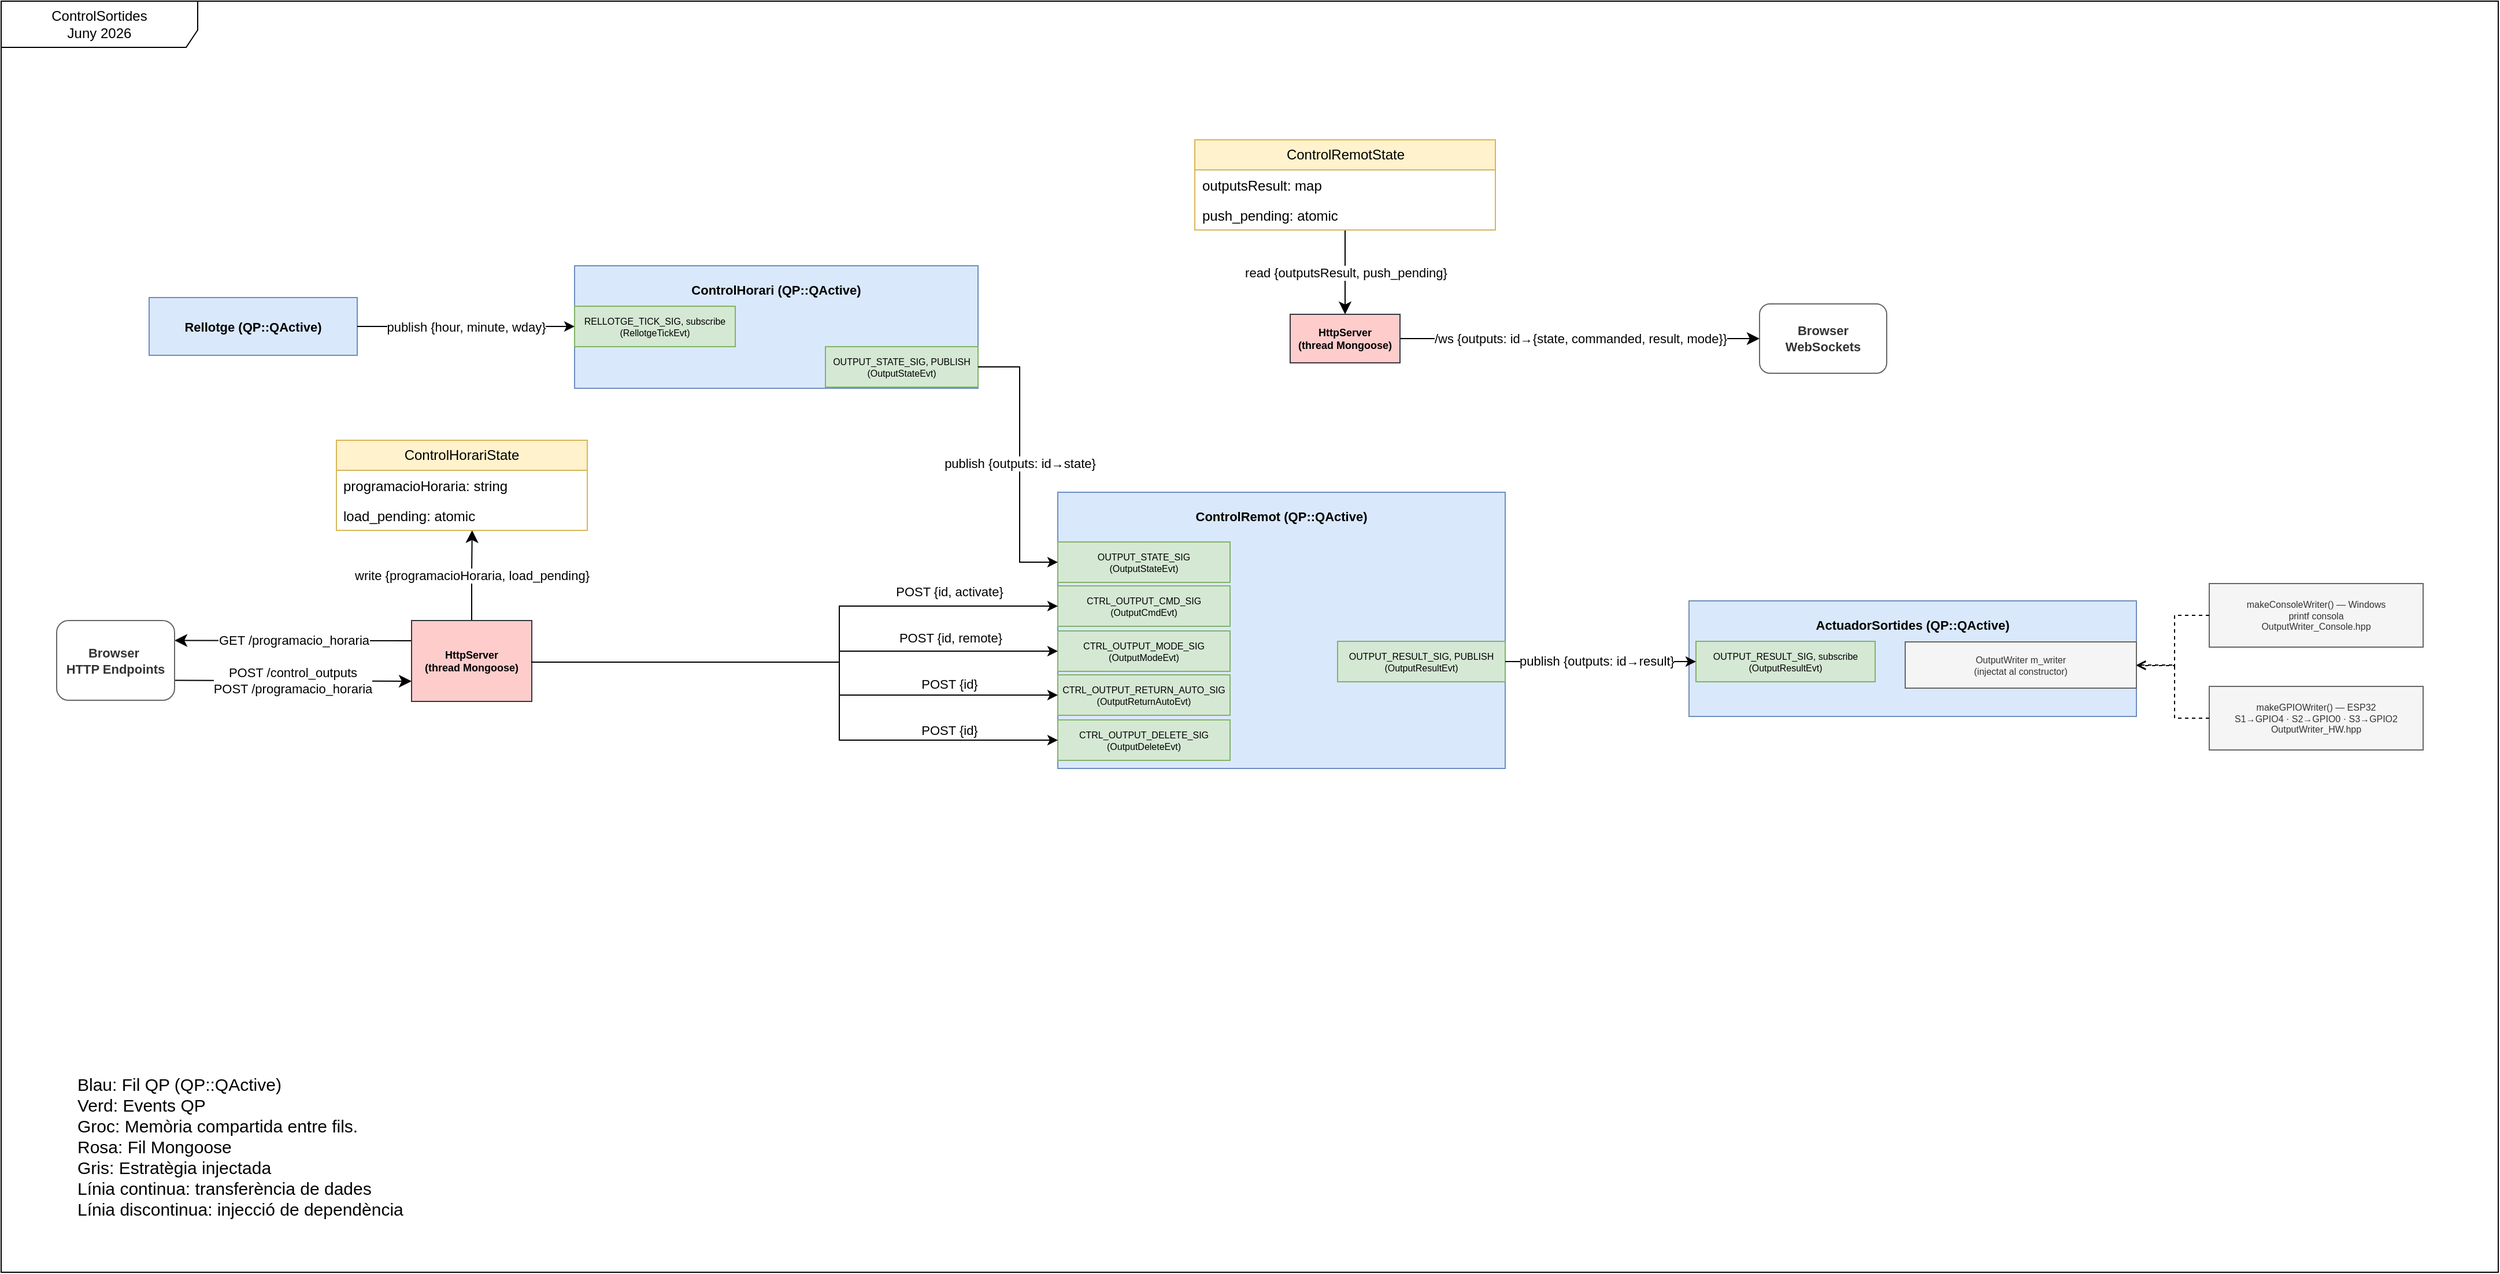
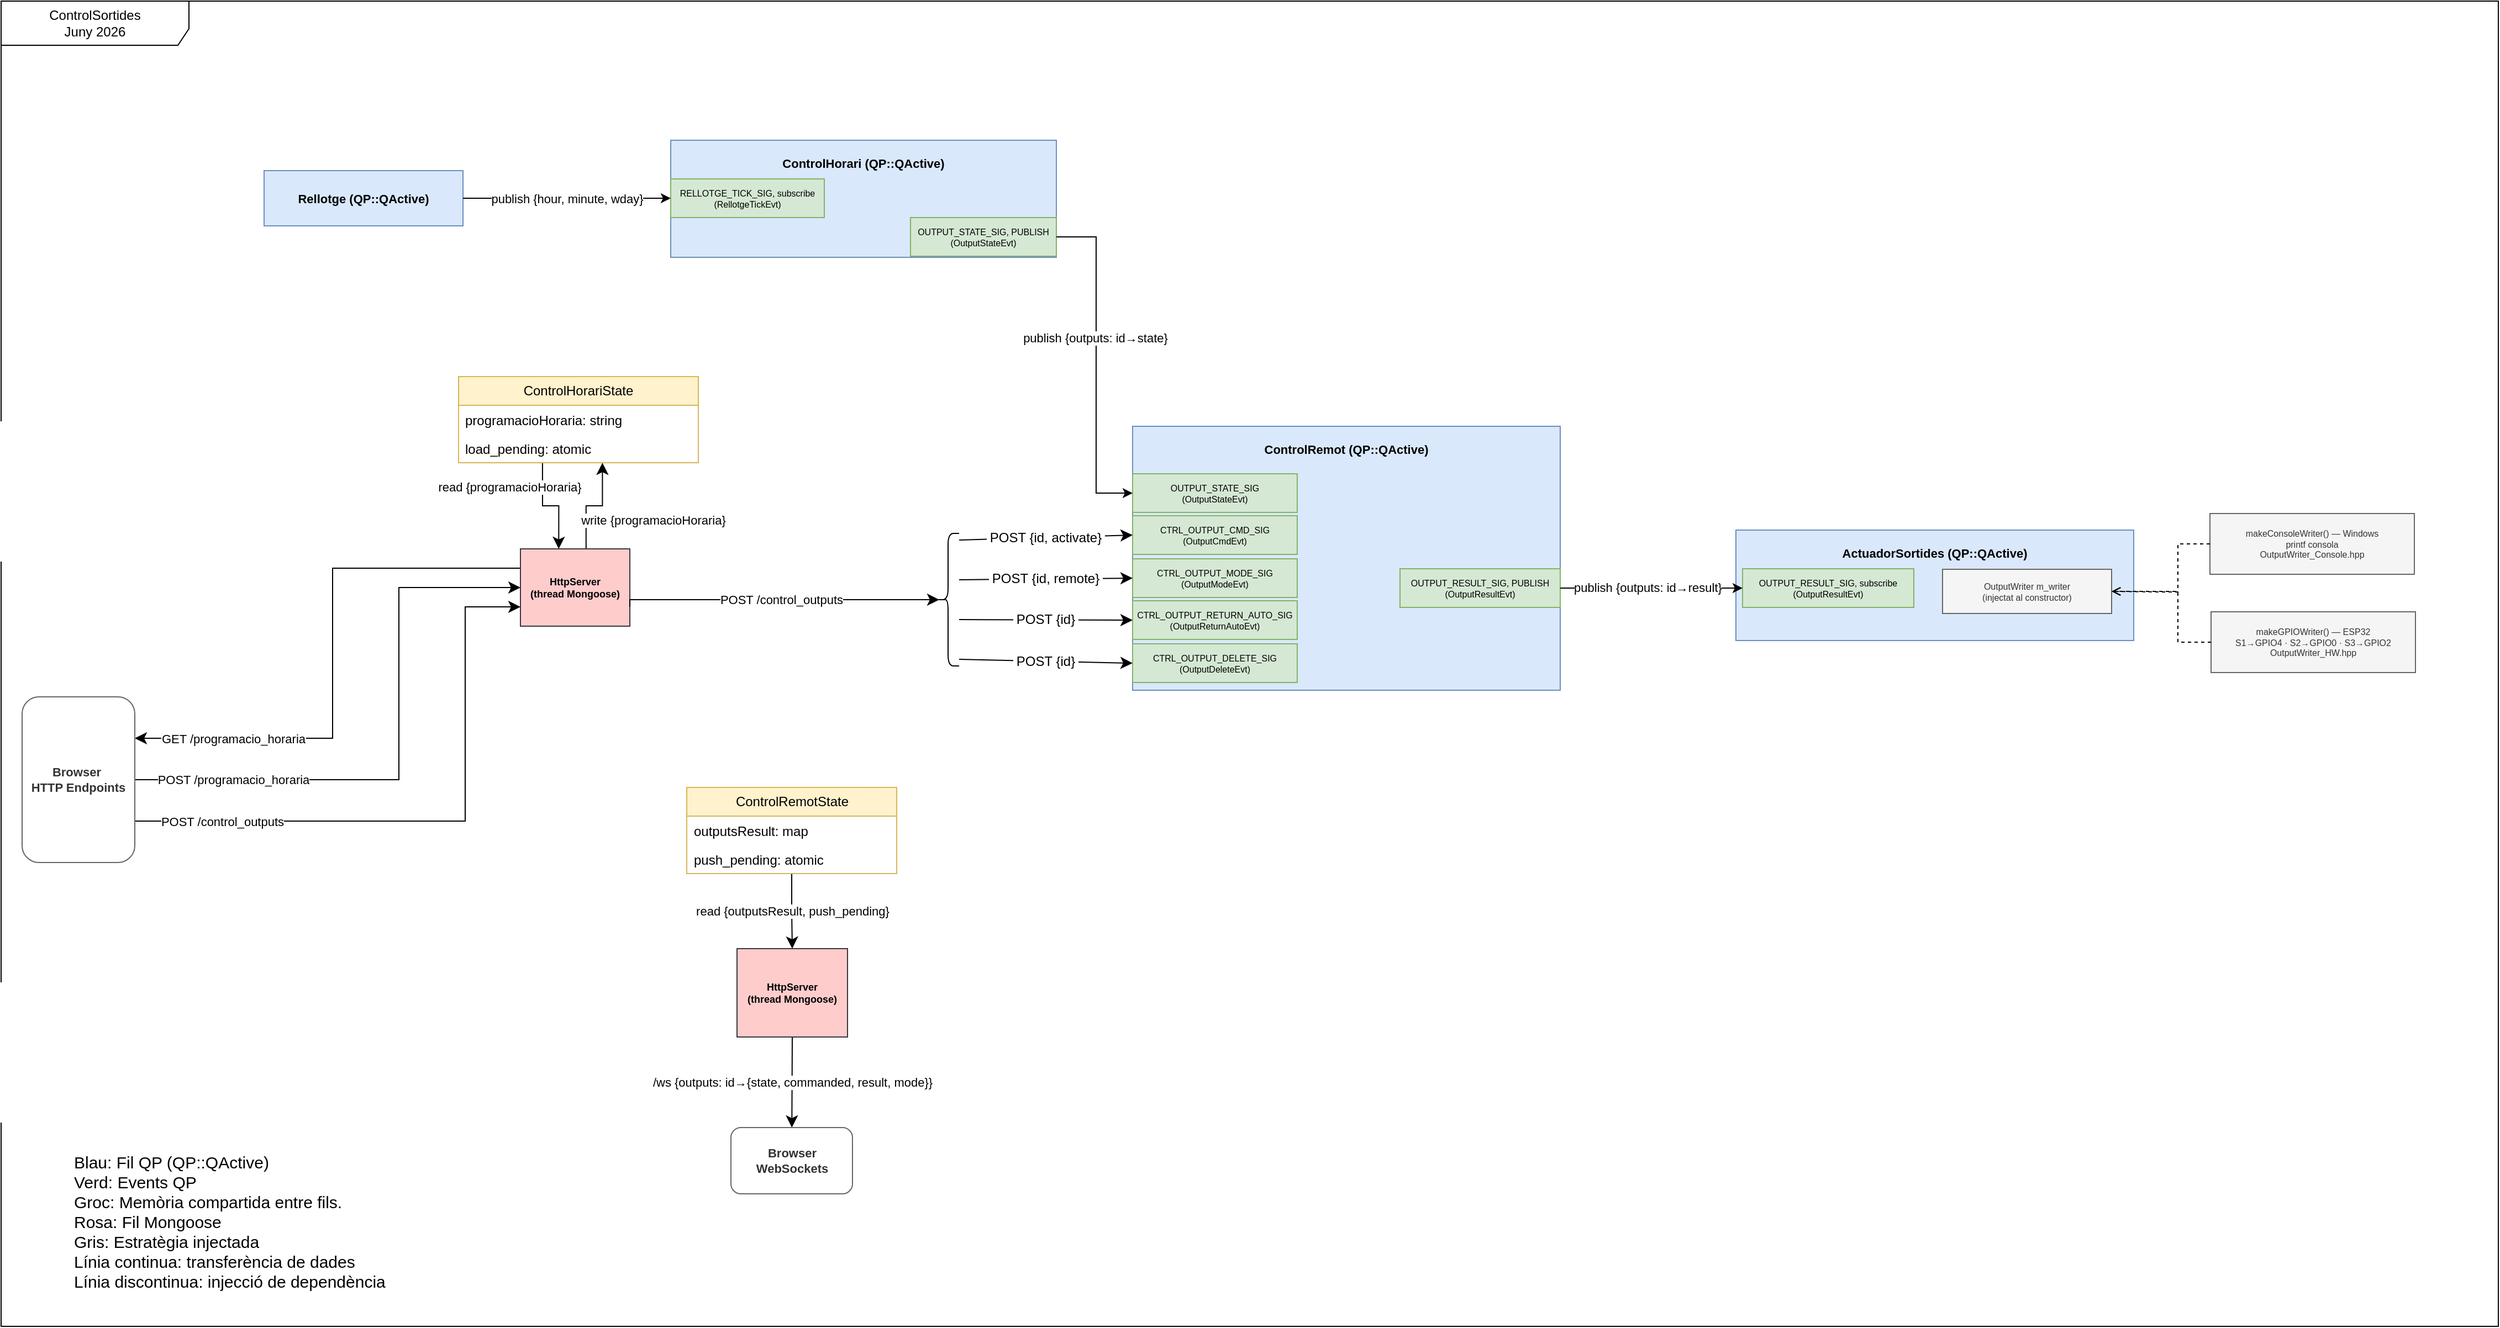
<mxfile host="Electron" agent="Mozilla/5.0 (Windows NT 10.0; Win64; x64) AppleWebKit/537.36 (KHTML, like Gecko) draw.io/28.2.8 Chrome/140.0.7339.240 Electron/38.4.0 Safari/537.36" version="28.2.8">
  <diagram name="ControlRemot" id="controlremot">
-     <mxGraphModel dx="343" dy="221" grid="1" gridSize="10" guides="1" tooltips="1" connect="1" arrows="1" fold="1" page="1" pageScale="1" pageWidth="2336" pageHeight="1654" math="0" shadow="0">
+     <mxGraphModel dx="2937" dy="1894" grid="1" gridSize="10" guides="1" tooltips="1" connect="1" arrows="1" fold="1" page="1" pageScale="1" pageWidth="2336" pageHeight="1654" math="0" shadow="0">
      <root>
        <mxCell id="0" />
        <mxCell id="1" parent="0" />
-         <mxCell id="hFHh7xch7r8VRYxtVC4N-1" value="&lt;span style=&quot;font-family: Helvetica; font-size: 11px;&quot;&gt;GET /programacio_horaria&lt;/span&gt;" style="edgeStyle=none;curved=1;rounded=0;orthogonalLoop=1;jettySize=auto;html=1;exitX=0;exitY=0.25;exitDx=0;exitDy=0;entryX=1;entryY=0.25;entryDx=0;entryDy=0;startSize=8;endSize=8;fontFamily=Helvetica;fontSize=11" parent="1" source="http" target="nPEGExYc4R3wSkc33mew-3" edge="1">
-           <mxGeometry relative="1" as="geometry" />
+         <mxCell id="hFHh7xch7r8VRYxtVC4N-1" value="&lt;span style=&quot;font-family: Helvetica; font-size: 11px;&quot;&gt;GET /programacio_horaria&lt;/span&gt;" style="edgeStyle=orthogonalEdgeStyle;rounded=0;orthogonalLoop=1;jettySize=auto;html=1;exitX=0;exitY=0.25;exitDx=0;exitDy=0;entryX=1;entryY=0.25;entryDx=0;entryDy=0;startSize=8;endSize=8;fontFamily=Helvetica;fontSize=11" parent="1" source="http" target="nPEGExYc4R3wSkc33mew-3" edge="1">
+           <mxGeometry x="0.6461" relative="1" as="geometry">
+             <Array as="points">
+               <mxPoint x="320" y="593" />
+               <mxPoint x="320" y="748" />
+             </Array>
+             <mxPoint as="offset" />
+           </mxGeometry>
        </mxCell>
-         <mxCell id="hX1N1Huatbx-X40mZiJC-2" value="&lt;span style=&quot;color: rgb(0, 0, 0); font-family: Helvetica; font-size: 11px; font-style: normal; font-variant-ligatures: normal; font-variant-caps: normal; font-weight: 400; letter-spacing: normal; orphans: 2; text-align: center; text-indent: 0px; text-transform: none; widows: 2; word-spacing: 0px; -webkit-text-stroke-width: 0px; white-space: nowrap; background-color: rgb(255, 255, 255); text-decoration-thickness: initial; text-decoration-style: initial; text-decoration-color: initial; display: inline !important; float: none;&quot;&gt;write {programacioHoraria, load_pending}&lt;/span&gt;" style="edgeStyle=orthogonalEdgeStyle;rounded=0;orthogonalLoop=1;jettySize=auto;html=1;exitX=0.5;exitY=0;exitDx=0;exitDy=0;startSize=8;endSize=8;entryX=0.541;entryY=0.994;entryDx=0;entryDy=0;entryPerimeter=0;fontFamily=Helvetica;fontSize=11" parent="1" source="http" target="ch_reload_f2" edge="1">
-           <mxGeometry relative="1" as="geometry" />
+         <mxCell id="hX1N1Huatbx-X40mZiJC-2" value="write {programacioHoraria}" style="edgeStyle=orthogonalEdgeStyle;rounded=0;orthogonalLoop=1;jettySize=auto;html=1;exitX=0.6;exitY=0;exitDx=0;exitDy=0;startSize=8;endSize=8;entryX=0.6;entryY=1;entryDx=0;entryDy=0;fontFamily=Helvetica;fontSize=11" parent="1" source="http" target="ch_reload" edge="1">
+           <mxGeometry x="0.1595" y="-48" relative="1" as="geometry">
+             <mxPoint x="-2" y="13" as="offset" />
+           </mxGeometry>
+         </mxCell>
+         <mxCell id="ch_get_read" value="read {programacioHoraria}" style="edgeStyle=orthogonalEdgeStyle;rounded=0;orthogonalLoop=1;jettySize=auto;html=1;exitX=0.35;exitY=1;exitDx=0;exitDy=0;entryX=0.35;entryY=0;entryDx=0;entryDy=0;startSize=8;endSize=8;fontFamily=Helvetica;fontSize=11" parent="1" source="ch_reload" target="http" edge="1">
+           <mxGeometry x="-0.5257" y="-30" relative="1" as="geometry">
+             <mxPoint as="offset" />
+           </mxGeometry>
        </mxCell>
        <mxCell id="http" value="HttpServer&#xa;(thread Mongoose)" style="rounded=0;whiteSpace=wrap;html=1;fillColor=#ffcccc;strokeColor=#36393d;fontSize=9;fontStyle=1" parent="1" vertex="1">
-           <mxGeometry x="435" y="806" width="104" height="70" as="geometry" />
+           <mxGeometry x="490" y="576" width="99" height="70" as="geometry" />
        </mxCell>
-         <mxCell id="nPEGExYc4R3wSkc33mew-6" value="/ws {outputs: id→{state, commanded, result, mode}}" style="edgeStyle=none;curved=1;rounded=0;orthogonalLoop=1;jettySize=auto;html=1;exitX=1;exitY=0.5;exitDx=0;exitDy=0;startSize=8;endSize=8;startArrow=none;startFill=0;fontFamily=Helvetica;fontSize=11" parent="1" source="ws" target="nPEGExYc4R3wSkc33mew-5" edge="1">
+         <mxCell id="nPEGExYc4R3wSkc33mew-6" value="/ws {outputs: id→{state, commanded, result, mode}}" style="edgeStyle=none;curved=1;rounded=0;orthogonalLoop=1;jettySize=auto;html=1;exitX=0.5;exitY=1;exitDx=0;exitDy=0;startSize=8;endSize=8;startArrow=none;startFill=0;fontFamily=Helvetica;fontSize=11" parent="1" source="ws" target="nPEGExYc4R3wSkc33mew-5" edge="1">
          <mxGeometry relative="1" as="geometry" />
        </mxCell>
        <mxCell id="ws" value="HttpServer&lt;br&gt;(thread Mongoose)" style="rounded=0;whiteSpace=wrap;html=1;fillColor=#ffcccc;strokeColor=#36393d;fontSize=9;fontStyle=1" parent="1" vertex="1">
-           <mxGeometry x="1195" y="541" width="95" height="42" as="geometry" />
+           <mxGeometry x="686" y="938" width="100" height="80" as="geometry" />
        </mxCell>
        <mxCell id="ch" value="ControlHorari (QP::QActive)" style="rounded=0;whiteSpace=wrap;html=1;fillColor=#dae8fc;strokeColor=#6c8ebf;fontSize=11;fontStyle=1;verticalAlign=top;spacingTop=8" parent="1" vertex="1">
-           <mxGeometry x="576" y="499" width="349" height="106" as="geometry" />
+           <mxGeometry x="626" y="206" width="349" height="106" as="geometry" />
        </mxCell>
        <mxCell id="ch_tick" value="RELLOTGE_TICK_SIG, subscribe&#xa;(RellotgeTickEvt)" style="rounded=0;whiteSpace=wrap;html=1;fillColor=#d5e8d4;strokeColor=#82b366;fontSize=8" parent="1" vertex="1">
-           <mxGeometry x="576" y="534" width="139" height="35" as="geometry" />
+           <mxGeometry x="626" y="241" width="139" height="35" as="geometry" />
        </mxCell>
        <mxCell id="ch_out_io" value="OUTPUT_STATE_SIG, PUBLISH&#xa;(OutputStateEvt)" style="rounded=0;whiteSpace=wrap;html=1;fillColor=#d5e8d4;strokeColor=#82b366;fontSize=8" parent="1" vertex="1">
-           <mxGeometry x="793" y="569" width="132" height="35" as="geometry" />
+           <mxGeometry x="843" y="276" width="132" height="35" as="geometry" />
        </mxCell>
        <mxCell id="rl" value="Rellotge (QP::QActive)" style="rounded=0;whiteSpace=wrap;html=1;fillColor=#dae8fc;strokeColor=#6c8ebf;fontSize=11;fontStyle=1;" parent="1" vertex="1">
-           <mxGeometry x="208" y="526.5" width="180" height="50" as="geometry" />
+           <mxGeometry x="258" y="233.5" width="180" height="50" as="geometry" />
        </mxCell>
        <mxCell id="cr" value="ControlRemot (QP::QActive)" style="rounded=0;whiteSpace=wrap;html=1;fillColor=#dae8fc;strokeColor=#6c8ebf;fontSize=11;fontStyle=1;verticalAlign=top;spacingTop=8" parent="1" vertex="1">
-           <mxGeometry x="994" y="695" width="387" height="239" as="geometry" />
+           <mxGeometry x="1044" y="465" width="387" height="239" as="geometry" />
        </mxCell>
        <mxCell id="in_io" value="OUTPUT_STATE_SIG&#xa;(OutputStateEvt)" style="rounded=0;whiteSpace=wrap;html=1;fillColor=#d5e8d4;strokeColor=#82b366;fontSize=8" parent="1" vertex="1">
-           <mxGeometry x="994" y="738" width="149" height="35" as="geometry" />
+           <mxGeometry x="1044" y="508" width="149" height="35" as="geometry" />
        </mxCell>
        <mxCell id="in_cmd" value="CTRL_OUTPUT_CMD_SIG&#xa;(OutputCmdEvt)" style="rounded=0;whiteSpace=wrap;html=1;fillColor=#d5e8d4;strokeColor=#82b366;fontSize=8" parent="1" vertex="1">
-           <mxGeometry x="994" y="776" width="149" height="35" as="geometry" />
+           <mxGeometry x="1044" y="546" width="149" height="35" as="geometry" />
        </mxCell>
        <mxCell id="in_mode" value="CTRL_OUTPUT_MODE_SIG&#xa;(OutputModeEvt)" style="rounded=0;whiteSpace=wrap;html=1;fillColor=#d5e8d4;strokeColor=#82b366;fontSize=8" parent="1" vertex="1">
-           <mxGeometry x="994" y="815" width="149" height="35" as="geometry" />
+           <mxGeometry x="1044" y="585" width="149" height="35" as="geometry" />
        </mxCell>
        <mxCell id="in_ret" value="CTRL_OUTPUT_RETURN_AUTO_SIG&#xa;(OutputReturnAutoEvt)" style="rounded=0;whiteSpace=wrap;html=1;fillColor=#d5e8d4;strokeColor=#82b366;fontSize=8" parent="1" vertex="1">
-           <mxGeometry x="994" y="853" width="149" height="35" as="geometry" />
+           <mxGeometry x="1044" y="623" width="149" height="35" as="geometry" />
        </mxCell>
        <mxCell id="in_del" value="CTRL_OUTPUT_DELETE_SIG&#xa;(OutputDeleteEvt)" style="rounded=0;whiteSpace=wrap;html=1;fillColor=#d5e8d4;strokeColor=#82b366;fontSize=8" parent="1" vertex="1">
-           <mxGeometry x="994" y="892" width="149" height="35" as="geometry" />
+           <mxGeometry x="1044" y="662" width="149" height="35" as="geometry" />
        </mxCell>
        <mxCell id="out_pub" value="OUTPUT_RESULT_SIG, PUBLISH&#xa;(OutputResultEvt)" style="rounded=0;whiteSpace=wrap;html=1;fillColor=#d5e8d4;strokeColor=#82b366;fontSize=8" parent="1" vertex="1">
-           <mxGeometry x="1236" y="824" width="145" height="35" as="geometry" />
+           <mxGeometry x="1286" y="594" width="145" height="35" as="geometry" />
        </mxCell>
        <mxCell id="hX1N1Huatbx-X40mZiJC-3" value="&lt;span style=&quot;font-size: 11px;&quot;&gt;read {outputsResult, push_pending}&lt;/span&gt;" style="edgeStyle=orthogonalEdgeStyle;rounded=0;orthogonalLoop=1;jettySize=auto;html=1;entryX=0.5;entryY=0;entryDx=0;entryDy=0;startSize=8;endSize=8;fontFamily=Helvetica;fontSize=11" parent="1" source="out_ss" target="ws" edge="1">
          <mxGeometry relative="1" as="geometry" />
        </mxCell>
-         <mxCell id="e1" value="POST {id, activate}" style="edgeStyle=orthogonalEdgeStyle;rounded=0;html=1;exitX=1;exitY=0.5;entryX=0;entryY=0.5;fontFamily=Helvetica;fontSize=11" parent="1" source="http" target="in_cmd" edge="1">
-           <mxGeometry x="0.6274" y="14" relative="1" as="geometry">
+         <mxCell id="e7" value="publish {outputs: id→state}" style="edgeStyle=orthogonalEdgeStyle;rounded=0;html=1;exitX=1;exitY=0.5;entryX=0;entryY=0.5;entryDx=0;entryDy=0;fontFamily=Helvetica;fontSize=11" parent="1" source="ch_out_io" target="in_io" edge="1">
+           <mxGeometry x="-0.1571" y="-1" relative="1" as="geometry">
            <Array as="points">
-               <mxPoint x="805" y="842" />
-               <mxPoint x="805" y="794" />
+               <mxPoint x="1011" y="293" />
+               <mxPoint x="1011" y="525" />
            </Array>
-             <mxPoint y="1" as="offset" />
-           </mxGeometry>
-         </mxCell>
-         <mxCell id="e2" value="POST {id, remote}" style="edgeStyle=orthogonalEdgeStyle;rounded=0;html=1;exitX=1;exitY=0.5;entryX=0;entryY=0.5;fontFamily=Helvetica;fontSize=11" parent="1" source="http" target="in_mode" edge="1">
-           <mxGeometry x="0.5961" y="13" relative="1" as="geometry">
-             <Array as="points">
-               <mxPoint x="805" y="842" />
-               <mxPoint x="805" y="832" />
-             </Array>
-             <mxPoint x="1" y="1" as="offset" />
-           </mxGeometry>
-         </mxCell>
-         <mxCell id="e3" value="POST {id}" style="edgeStyle=orthogonalEdgeStyle;rounded=0;html=1;exitX=1;exitY=0.5;entryX=0;entryY=0.5;fontFamily=Helvetica;fontSize=11" parent="1" source="http" target="in_ret" edge="1">
-           <mxGeometry x="0.612" y="-29" relative="1" as="geometry">
-             <Array as="points">
-               <mxPoint x="539" y="842" />
-               <mxPoint x="805" y="842" />
-               <mxPoint x="805" y="871" />
-             </Array>
-             <mxPoint y="1" as="offset" />
-           </mxGeometry>
-         </mxCell>
-         <mxCell id="e4" value="POST {id}" style="edgeStyle=orthogonalEdgeStyle;rounded=0;html=1;exitX=1;exitY=0.5;entryX=0;entryY=0.5;fontFamily=Helvetica;fontSize=11" parent="1" source="http" target="in_del" edge="1">
-           <mxGeometry x="0.6409" y="50" relative="1" as="geometry">
-             <Array as="points">
-               <mxPoint x="539" y="842" />
-               <mxPoint x="805" y="842" />
-               <mxPoint x="805" y="909" />
-             </Array>
-             <mxPoint y="1" as="offset" />
-           </mxGeometry>
-         </mxCell>
-         <mxCell id="e7" value="publish {outputs: id→state}" style="edgeStyle=orthogonalEdgeStyle;rounded=0;html=1;exitX=1;exitY=0.5;entryX=0;entryY=0.5;entryDx=0;entryDy=0;fontFamily=Helvetica;fontSize=11" parent="1" source="ch_out_io" target="in_io" edge="1">
-           <mxGeometry relative="1" as="geometry">
-             <Array as="points">
-               <mxPoint x="961" y="587" />
-               <mxPoint x="961" y="755" />
-             </Array>
+             <mxPoint as="offset" />
          </mxGeometry>
        </mxCell>
        <mxCell id="e10" value="publish {hour, minute, wday}" style="edgeStyle=orthogonalEdgeStyle;rounded=0;html=1;exitX=1;exitY=0.5;exitDx=0;exitDy=0;entryX=0;entryY=0.5;entryDx=0;entryDy=0;fontFamily=Helvetica;fontSize=11" parent="1" source="rl" target="ch_tick" edge="1">
          <mxGeometry relative="1" as="geometry" />
        </mxCell>
-         <mxCell id="hFHh7xch7r8VRYxtVC4N-2" value="&lt;span style=&quot;font-size: 11px;&quot;&gt;POST /control_outputs&lt;br&gt;POST /programacio_horaria&lt;/span&gt;" style="edgeStyle=none;curved=1;rounded=0;orthogonalLoop=1;jettySize=auto;html=1;exitX=1;exitY=0.75;exitDx=0;exitDy=0;entryX=0;entryY=0.75;entryDx=0;entryDy=0;startSize=8;endSize=8;fontFamily=Helvetica;fontSize=11" parent="1" source="nPEGExYc4R3wSkc33mew-3" target="http" edge="1">
-           <mxGeometry relative="1" as="geometry" />
+         <mxCell id="hFHh7xch7r8VRYxtVC4N-2" value="&lt;span style=&quot;font-size: 11px;&quot;&gt;POST /programacio_horaria&lt;/span&gt;" style="edgeStyle=orthogonalEdgeStyle;rounded=0;orthogonalLoop=1;jettySize=auto;html=1;exitX=1;exitY=0.5;exitDx=0;exitDy=0;entryX=0;entryY=0.5;entryDx=0;entryDy=0;startSize=8;endSize=8;fontFamily=Helvetica;fontSize=11" parent="1" source="nPEGExYc4R3wSkc33mew-3" target="http" edge="1">
+           <mxGeometry x="-0.6597" relative="1" as="geometry">
+             <Array as="points">
+               <mxPoint x="380" y="785" />
+               <mxPoint x="380" y="611" />
+             </Array>
+             <mxPoint as="offset" />
+           </mxGeometry>
+         </mxCell>
+         <mxCell id="WhllotbUcpTlqIkSpF2--1" value="&lt;span style=&quot;color: rgb(0, 0, 0); font-family: Helvetica; font-size: 11px; font-style: normal; font-variant-ligatures: normal; font-variant-caps: normal; font-weight: 400; letter-spacing: normal; orphans: 2; text-align: center; text-indent: 0px; text-transform: none; widows: 2; word-spacing: 0px; -webkit-text-stroke-width: 0px; white-space: nowrap; background-color: rgb(255, 255, 255); text-decoration-thickness: initial; text-decoration-style: initial; text-decoration-color: initial; display: inline !important; float: none;&quot;&gt;POST /control_outputs&lt;/span&gt;" style="edgeStyle=orthogonalEdgeStyle;rounded=0;orthogonalLoop=1;jettySize=auto;html=1;exitX=1;exitY=0.75;exitDx=0;exitDy=0;entryX=0;entryY=0.75;entryDx=0;entryDy=0;fontSize=12;startSize=8;endSize=8;" parent="1" source="nPEGExYc4R3wSkc33mew-3" target="http" edge="1">
+           <mxGeometry x="-0.709" relative="1" as="geometry">
+             <Array as="points">
+               <mxPoint x="440" y="822" />
+               <mxPoint x="440" y="628" />
+             </Array>
+             <mxPoint as="offset" />
+           </mxGeometry>
        </mxCell>
        <mxCell id="nPEGExYc4R3wSkc33mew-3" value="&lt;b&gt;Browser&amp;nbsp;&lt;/b&gt;&lt;div&gt;&lt;b&gt;HTTP Endpoints&lt;/b&gt;&lt;/div&gt;" style="rounded=1;whiteSpace=wrap;html=1;fillColor=#ffffff;strokeColor=#666666;fontColor=#333333;fontSize=11;" parent="1" vertex="1">
-           <mxGeometry x="128" y="806" width="102" height="69" as="geometry" />
+           <mxGeometry x="39" y="710" width="102" height="150" as="geometry" />
        </mxCell>
        <mxCell id="nPEGExYc4R3wSkc33mew-5" value="&lt;b&gt;Browser WebSockets&lt;/b&gt;" style="rounded=1;whiteSpace=wrap;html=1;fillColor=#ffffff;strokeColor=#666666;fontColor=#333333;fontSize=11;" parent="1" vertex="1">
-           <mxGeometry x="1601" y="532" width="110" height="60" as="geometry" />
+           <mxGeometry x="680.5" y="1100" width="110" height="60" as="geometry" />
        </mxCell>
        <mxCell id="jaKRlGInz0ltfFADGkvu-5" value="ControlSortides&lt;div&gt;Juny 2026&lt;/div&gt;" style="shape=umlFrame;whiteSpace=wrap;html=1;pointerEvents=0;recursiveResize=0;container=1;collapsible=0;width=170;height=40;" parent="1" vertex="1">
-           <mxGeometry x="80" y="270" width="2160" height="1100" as="geometry" />
-         </mxCell>
-         <mxCell id="IJb5zE0oGNF-HTFJebx6-1" value="&lt;div&gt;&lt;font style=&quot;font-size: 15px;&quot;&gt;Blau: Fil QP (QP::QActive)&lt;/font&gt;&lt;/div&gt;&lt;div&gt;&lt;font style=&quot;font-size: 15px;&quot;&gt;Verd: Events QP&lt;/font&gt;&lt;/div&gt;&lt;div&gt;&lt;font style=&quot;font-size: 15px;&quot;&gt;Groc: Memòria compartida entre fils.&lt;/font&gt;&lt;/div&gt;&lt;div&gt;&lt;font style=&quot;font-size: 15px;&quot;&gt;Rosa: Fil Mongoose&lt;/font&gt;&lt;/div&gt;&lt;div&gt;&lt;font style=&quot;font-size: 15px;&quot;&gt;Gris: Estratègia injectada&lt;/font&gt;&lt;/div&gt;&lt;div&gt;&lt;font style=&quot;font-size: 15px;&quot;&gt;Línia continua: transferència de dades&lt;/font&gt;&lt;/div&gt;&lt;div&gt;&lt;font style=&quot;font-size: 15px;&quot;&gt;Línia discontinua: injecció de dependència&lt;/font&gt;&lt;/div&gt;" style="text;strokeColor=none;fillColor=none;align=left;verticalAlign=middle;spacingLeft=4;spacingRight=4;overflow=hidden;whiteSpace=wrap;html=1;" parent="jaKRlGInz0ltfFADGkvu-5" vertex="1">
-           <mxGeometry x="60" y="926" width="430" height="130" as="geometry" />
-         </mxCell>
-         <mxCell id="out_ss" value="ControlRemotState" style="swimlane;fontStyle=0;childLayout=stackLayout;horizontal=1;startSize=26;fillColor=#fff2cc;horizontalStack=0;resizeParent=1;resizeParentMax=0;resizeLast=0;collapsible=0;marginBottom=0;whiteSpace=wrap;html=1;strokeColor=#d6b656;" parent="jaKRlGInz0ltfFADGkvu-5" vertex="1">
-           <mxGeometry x="1032.5" y="120" width="260" height="78" as="geometry" />
-         </mxCell>
-         <mxCell id="out_ss_f1" value="outputsResult: map&lt;int, OutputInfo&gt;" style="text;strokeColor=none;fillColor=none;align=left;verticalAlign=top;spacingLeft=4;spacingRight=4;overflow=hidden;rotatable=0;points=[[0,0.5],[1,0.5]];portConstraint=eastwest;whiteSpace=wrap;html=1;" parent="out_ss" vertex="1">
-           <mxGeometry y="26" width="260" height="26" as="geometry" />
-         </mxCell>
-         <mxCell id="out_ss_f2" value="push_pending: atomic&lt;bool&gt;" style="text;strokeColor=none;fillColor=none;align=left;verticalAlign=top;spacingLeft=4;spacingRight=4;overflow=hidden;rotatable=0;points=[[0,0.5],[1,0.5]];portConstraint=eastwest;whiteSpace=wrap;html=1;" parent="out_ss" vertex="1">
-           <mxGeometry y="52" width="260" height="26" as="geometry" />
+           <mxGeometry x="20" y="80" width="2260" height="1200" as="geometry" />
        </mxCell>
        <mxCell id="ch_reload" value="ControlHorariState" style="swimlane;fontStyle=0;childLayout=stackLayout;horizontal=1;startSize=26;fillColor=#fff2cc;horizontalStack=0;resizeParent=1;resizeParentMax=0;resizeLast=0;collapsible=0;marginBottom=0;whiteSpace=wrap;html=1;strokeColor=#d6b656;" parent="jaKRlGInz0ltfFADGkvu-5" vertex="1">
-           <mxGeometry x="290" y="380" width="217" height="78" as="geometry" />
+           <mxGeometry x="414" y="340" width="217" height="78" as="geometry" />
        </mxCell>
        <mxCell id="ch_reload_f1" value="programacioHoraria: string" style="text;strokeColor=none;fillColor=none;align=left;verticalAlign=top;spacingLeft=4;spacingRight=4;overflow=hidden;rotatable=0;points=[[0,0.5],[1,0.5]];portConstraint=eastwest;whiteSpace=wrap;html=1;" parent="ch_reload" vertex="1">
          <mxGeometry y="26" width="217" height="26" as="geometry" />
        </mxCell>
        <mxCell id="ch_reload_f2" value="load_pending: atomic&lt;bool&gt;" style="text;strokeColor=none;fillColor=none;align=left;verticalAlign=top;spacingLeft=4;spacingRight=4;overflow=hidden;rotatable=0;points=[[0,0.5],[1,0.5]];portConstraint=eastwest;whiteSpace=wrap;html=1;" parent="ch_reload" vertex="1">
          <mxGeometry y="52" width="217" height="26" as="geometry" />
        </mxCell>
        <mxCell id="as" value="ActuadorSortides (QP::QActive)" style="rounded=0;whiteSpace=wrap;html=1;fillColor=#dae8fc;strokeColor=#6c8ebf;fontSize=11;fontStyle=1;verticalAlign=top;spacingTop=8" parent="1" vertex="1">
-           <mxGeometry x="1540" y="789" width="387" height="100" as="geometry" />
+           <mxGeometry x="1590" y="559" width="360" height="100" as="geometry" />
        </mxCell>
        <mxCell id="as_in" value="OUTPUT_RESULT_SIG, subscribe&#xa;(OutputResultEvt)" style="rounded=0;whiteSpace=wrap;html=1;fillColor=#d5e8d4;strokeColor=#82b366;fontSize=8" parent="1" vertex="1">
-           <mxGeometry x="1546" y="824" width="155" height="35" as="geometry" />
+           <mxGeometry x="1596" y="594" width="155" height="35" as="geometry" />
        </mxCell>
        <mxCell id="as_gpio" value="OutputWriter m_writer&#xa;(injectat al constructor)" style="rounded=0;whiteSpace=wrap;html=1;fillColor=#f5f5f5;strokeColor=#666666;fontColor=#333333;fontSize=8" parent="1" vertex="1">
-           <mxGeometry x="1727" y="824.5" width="200" height="40" as="geometry" />
+           <mxGeometry x="1777" y="594.5" width="153" height="40" as="geometry" />
        </mxCell>
        <mxCell id="e_as" value="publish {outputs: id→result}" style="edgeStyle=orthogonalEdgeStyle;rounded=0;html=1;exitX=1;exitY=0.5;exitDx=0;exitDy=0;entryX=0;entryY=0.5;entryDx=0;entryDy=0;fontFamily=Helvetica;fontSize=11" parent="1" source="out_pub" target="as_in" edge="1">
          <mxGeometry x="0.0115" y="1" relative="1" as="geometry">
            <Array as="points">
-               <mxPoint x="1410" y="837" />
-               <mxPoint x="1410" y="842" />
-               <mxPoint x="1466" y="842" />
+               <mxPoint x="1460" y="607" />
+               <mxPoint x="1460" y="612" />
+               <mxPoint x="1516" y="612" />
            </Array>
            <mxPoint as="offset" />
          </mxGeometry>
        </mxCell>
        <mxCell id="ow_hw" value="makeGPIOWriter() — ESP32&#xa;S1→GPIO4 · S2→GPIO0 · S3→GPIO2&#xa;OutputWriter_HW.hpp" style="rounded=0;whiteSpace=wrap;html=1;fillColor=#f5f5f5;strokeColor=#666666;fontColor=#333333;fontSize=8" parent="1" vertex="1">
-           <mxGeometry x="1990" y="863" width="185" height="55" as="geometry" />
+           <mxGeometry x="2020" y="633" width="185" height="55" as="geometry" />
        </mxCell>
        <mxCell id="ow_console" value="makeConsoleWriter() — Windows&#xa;printf consola&#xa;OutputWriter_Console.hpp" style="rounded=0;whiteSpace=wrap;html=1;fillColor=#f5f5f5;strokeColor=#666666;fontColor=#333333;fontSize=8" parent="1" vertex="1">
-           <mxGeometry x="1990" y="774" width="185" height="55" as="geometry" />
+           <mxGeometry x="2019" y="544" width="185" height="55" as="geometry" />
        </mxCell>
        <mxCell id="e_ow_hw" value="" style="edgeStyle=orthogonalEdgeStyle;rounded=0;html=1;exitX=0;exitY=0.5;exitDx=0;exitDy=0;entryX=1;entryY=0.5;entryDx=0;entryDy=0;dashed=1;endArrow=open;endFill=0;fontFamily=Helvetica;fontSize=11" parent="1" source="ow_hw" target="as_gpio" edge="1">
          <mxGeometry x="-0.1192" relative="1" as="geometry">
            <Array as="points">
-               <mxPoint x="1960" y="890" />
-               <mxPoint x="1960" y="844" />
+               <mxPoint x="1990" y="661" />
+               <mxPoint x="1990" y="615" />
            </Array>
            <mxPoint as="offset" />
          </mxGeometry>
        </mxCell>
        <mxCell id="e_ow_con" value="" style="edgeStyle=orthogonalEdgeStyle;rounded=0;html=1;entryX=1;entryY=0.5;entryDx=0;entryDy=0;dashed=1;endArrow=open;endFill=0;fontFamily=Helvetica;fontSize=11" parent="1" source="ow_console" target="as_gpio" edge="1">
          <mxGeometry relative="1" as="geometry">
            <Array as="points">
-               <mxPoint x="1960" y="802" />
-               <mxPoint x="1960" y="845" />
-               <mxPoint x="1927" y="845" />
+               <mxPoint x="1990" y="571" />
+               <mxPoint x="1990" y="615" />
+               <mxPoint x="1977" y="615" />
            </Array>
          </mxGeometry>
+         </mxCell>
+         <mxCell id="WhllotbUcpTlqIkSpF2--2" value="&amp;nbsp;POST {id, activate}&amp;nbsp;" style="endArrow=classic;html=1;rounded=0;fontSize=12;startSize=8;endSize=8;curved=1;exitX=1;exitY=0.05;exitDx=0;exitDy=0;entryX=0;entryY=0.5;entryDx=0;entryDy=0;" parent="1" source="WhllotbUcpTlqIkSpF2--6" target="in_cmd" edge="1">
+           <mxGeometry relative="1" as="geometry" />
+         </mxCell>
+         <mxCell id="WhllotbUcpTlqIkSpF2--3" value="&amp;nbsp;POST {id, remote}&amp;nbsp;" style="endArrow=classic;html=1;rounded=0;fontSize=12;startSize=8;endSize=8;curved=1;exitX=1;exitY=0.35;exitDx=0;exitDy=0;entryX=0;entryY=0.5;entryDx=0;entryDy=0;" parent="1" source="WhllotbUcpTlqIkSpF2--6" target="in_mode" edge="1">
+           <mxGeometry relative="1" as="geometry" />
+         </mxCell>
+         <mxCell id="WhllotbUcpTlqIkSpF2--4" value="&amp;nbsp;POST {id}&amp;nbsp;" style="endArrow=classic;html=1;rounded=0;fontSize=12;startSize=8;endSize=8;curved=1;exitX=1;exitY=0.65;exitDx=0;exitDy=0;entryX=0;entryY=0.5;entryDx=0;entryDy=0;" parent="1" source="WhllotbUcpTlqIkSpF2--6" target="in_ret" edge="1">
+           <mxGeometry relative="1" as="geometry" />
+         </mxCell>
+         <mxCell id="WhllotbUcpTlqIkSpF2--5" value="&amp;nbsp;POST {id}&amp;nbsp;" style="endArrow=classic;html=1;rounded=0;fontSize=12;startSize=8;endSize=8;curved=1;exitX=1;exitY=0.95;exitDx=0;exitDy=0;entryX=0;entryY=0.5;entryDx=0;entryDy=0;" parent="1" source="WhllotbUcpTlqIkSpF2--6" target="in_del" edge="1">
+           <mxGeometry relative="1" as="geometry" />
+         </mxCell>
+         <mxCell id="WhllotbUcpTlqIkSpF2--6" value="" style="shape=curlyBracket;whiteSpace=wrap;html=1;rounded=1;labelPosition=left;verticalLabelPosition=middle;align=right;verticalAlign=middle;" parent="1" vertex="1">
+           <mxGeometry x="867" y="562" width="20" height="120" as="geometry" />
+         </mxCell>
+         <mxCell id="WhllotbUcpTlqIkSpF2--7" value="&lt;span style=&quot;font-size: 11px;&quot;&gt;POST /control_outputs&lt;/span&gt;" style="edgeStyle=orthogonalEdgeStyle;rounded=0;orthogonalLoop=1;jettySize=auto;html=1;exitX=1;exitY=0.75;exitDx=0;exitDy=0;entryX=0.1;entryY=0.5;entryDx=0;entryDy=0;entryPerimeter=0;fontSize=12;startSize=8;endSize=8;" parent="1" source="http" target="WhllotbUcpTlqIkSpF2--6" edge="1">
+           <mxGeometry relative="1" as="geometry">
+             <Array as="points">
+               <mxPoint x="589" y="622" />
+             </Array>
+           </mxGeometry>
+         </mxCell>
+         <mxCell id="out_ss" value="ControlRemotState" style="swimlane;fontStyle=0;childLayout=stackLayout;horizontal=1;startSize=26;fillColor=#fff2cc;horizontalStack=0;resizeParent=1;resizeParentMax=0;resizeLast=0;collapsible=0;marginBottom=0;whiteSpace=wrap;html=1;strokeColor=#d6b656;" parent="1" vertex="1">
+           <mxGeometry x="640.5" y="792" width="190" height="78" as="geometry" />
+         </mxCell>
+         <mxCell id="out_ss_f1" value="outputsResult: map&lt;int, OutputInfo&gt;" style="text;strokeColor=none;fillColor=none;align=left;verticalAlign=top;spacingLeft=4;spacingRight=4;overflow=hidden;rotatable=0;points=[[0,0.5],[1,0.5]];portConstraint=eastwest;whiteSpace=wrap;html=1;" parent="out_ss" vertex="1">
+           <mxGeometry y="26" width="190" height="26" as="geometry" />
+         </mxCell>
+         <mxCell id="out_ss_f2" value="push_pending: atomic&lt;bool&gt;" style="text;strokeColor=none;fillColor=none;align=left;verticalAlign=top;spacingLeft=4;spacingRight=4;overflow=hidden;rotatable=0;points=[[0,0.5],[1,0.5]];portConstraint=eastwest;whiteSpace=wrap;html=1;" parent="out_ss" vertex="1">
+           <mxGeometry y="52" width="190" height="26" as="geometry" />
+         </mxCell>
+         <mxCell id="IJb5zE0oGNF-HTFJebx6-1" value="&lt;div&gt;&lt;font style=&quot;font-size: 15px;&quot;&gt;Blau: Fil QP (QP::QActive)&lt;/font&gt;&lt;/div&gt;&lt;div&gt;&lt;font style=&quot;font-size: 15px;&quot;&gt;Verd: Events QP&lt;/font&gt;&lt;/div&gt;&lt;div&gt;&lt;font style=&quot;font-size: 15px;&quot;&gt;Groc: Memòria compartida entre fils.&lt;/font&gt;&lt;/div&gt;&lt;div&gt;&lt;font style=&quot;font-size: 15px;&quot;&gt;Rosa: Fil Mongoose&lt;/font&gt;&lt;/div&gt;&lt;div&gt;&lt;font style=&quot;font-size: 15px;&quot;&gt;Gris: Estratègia injectada&lt;/font&gt;&lt;/div&gt;&lt;div&gt;&lt;font style=&quot;font-size: 15px;&quot;&gt;Línia continua: transferència de dades&lt;/font&gt;&lt;/div&gt;&lt;div&gt;&lt;font style=&quot;font-size: 15px;&quot;&gt;Línia discontinua: injecció de dependència&lt;/font&gt;&lt;/div&gt;" style="text;strokeColor=none;fillColor=none;align=left;verticalAlign=middle;spacingLeft=4;spacingRight=4;overflow=hidden;whiteSpace=wrap;html=1;" parent="1" vertex="1">
+           <mxGeometry x="80" y="1120" width="430" height="130" as="geometry" />
        </mxCell>
      </root>
    </mxGraphModel>
  </diagram>
</mxfile>
